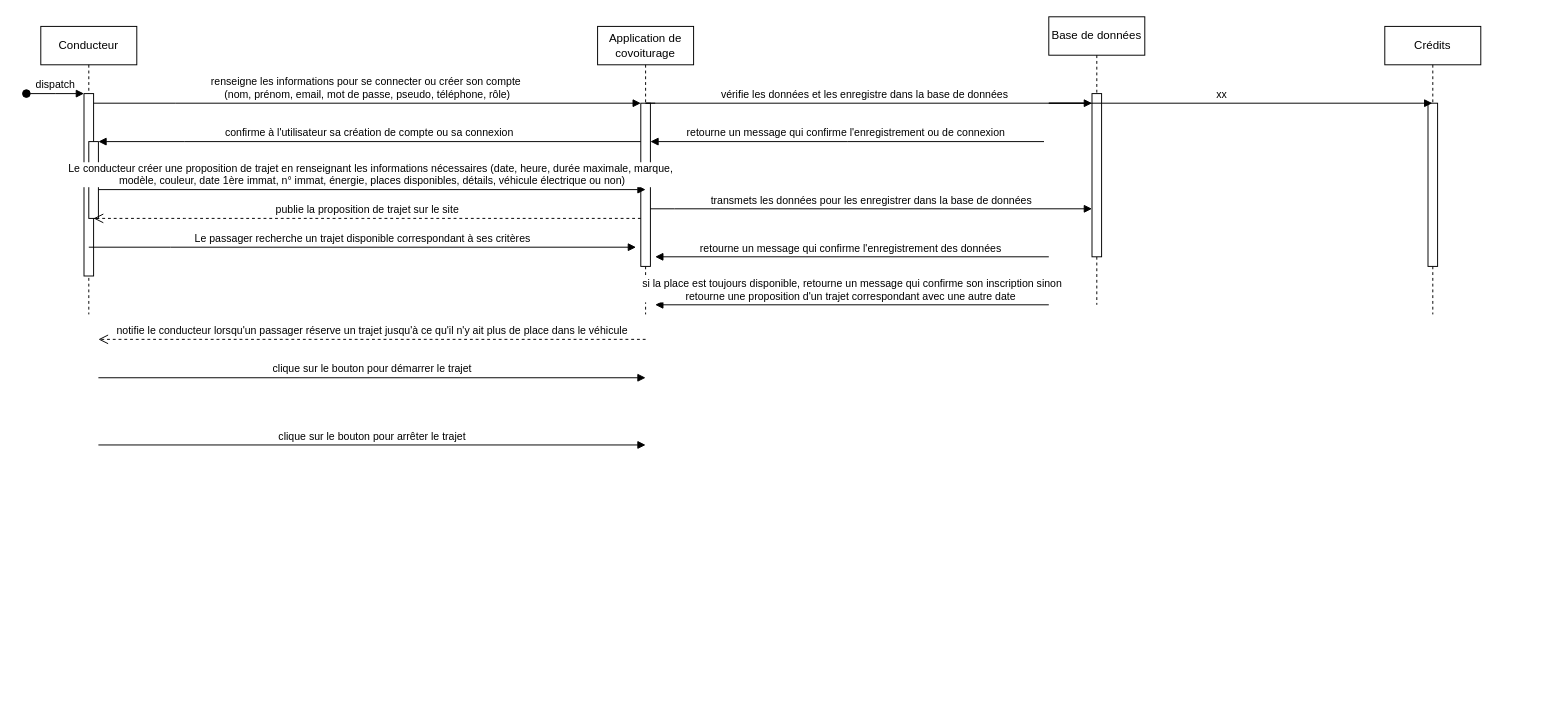
The draw.io diagram Diagramme de séquence EcoRide.drawio in elodiealix91620/EcoRide, before the edit. Source tidied: cells renumbered, new cells numbered last; positions are measured from the earlier drawing's top-left corner, leaving out a move shared by most shapes. Both pictures are drawn from the tidied source at 96%, with x=0, y=0 at pixel (26, 16).
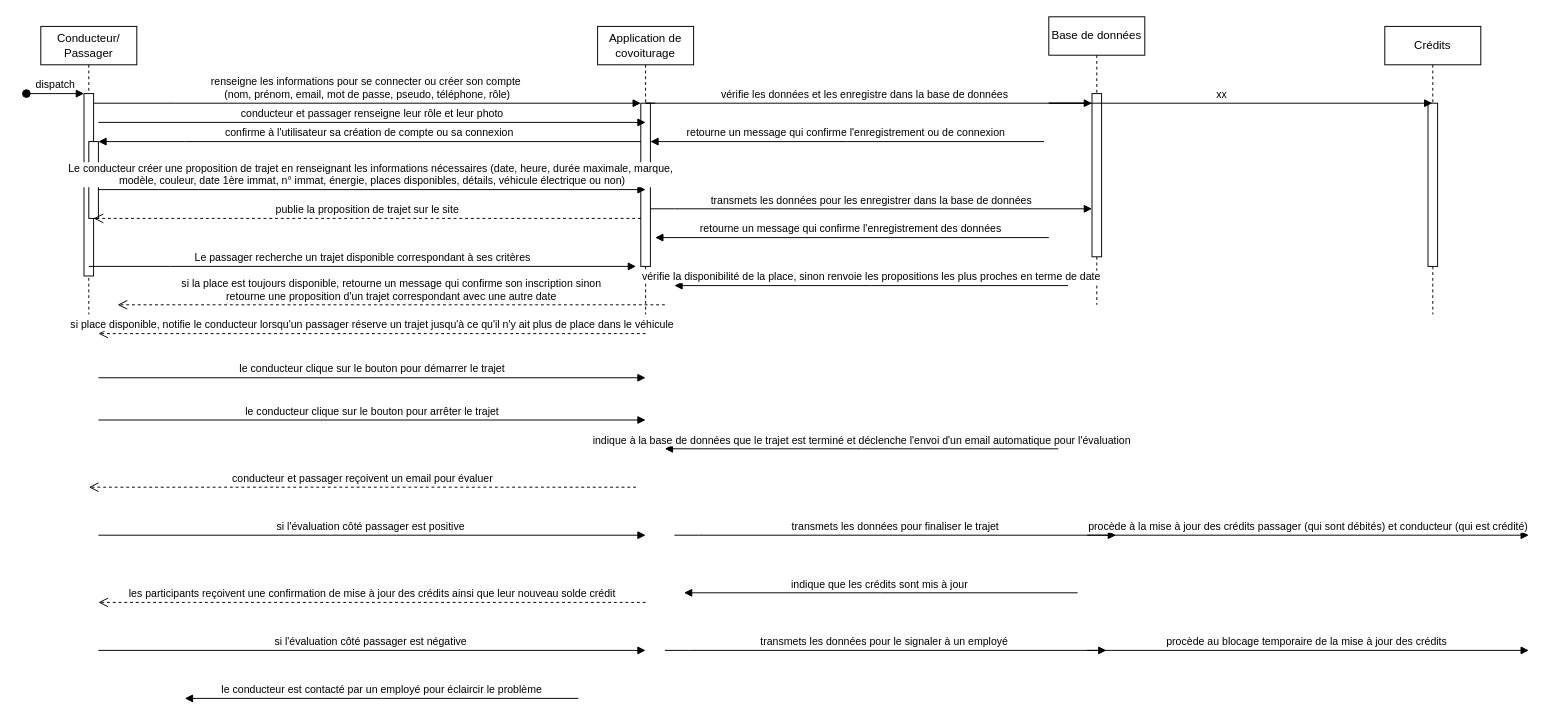
The same page after the edit.

Commit message:
Mettre à jour Diagramme de séquence EcoRide.drawio

What changed in the source:
```diff
@@
-    <mxCell id="2" value="Conducteur" style="shape=umlLifeline;perimeter=lifelinePerimeter;whiteSpace=wrap;html=1;newEdgeStyle={&quot;edgeStyle&quot;:&quot;elbowEdgeStyle&quot;,&quot;elbow&quot;:&quot;vertical&quot;,&quot;curved&quot;:0,&quot;rounded&quot;:0};" parent="1" vertex="1">
+    <mxCell id="2" value="Conducteur/&lt;div&gt;Passager&lt;/div&gt;" style="shape=umlLifeline;perimeter=lifelinePerimeter;whiteSpace=wrap;html=1;newEdgeStyle={&quot;edgeStyle&quot;:&quot;elbowEdgeStyle&quot;,&quot;elbow&quot;:&quot;vertical&quot;,&quot;curved&quot;:0,&quot;rounded&quot;:0};" parent="1" vertex="1">
       <mxGeometry x="15" y="10" width="100" height="300" as="geometry" />
     </mxCell>
@@
     <mxCell id="19" value="retourne un message qui confirme l'enregistrement des données&amp;nbsp;" style="html=1;verticalAlign=bottom;endArrow=block;edgeStyle=elbowEdgeStyle;elbow=vertical;curved=0;rounded=0;" parent="1" edge="1">
       <mxGeometry relative="1" as="geometry">
-        <mxPoint x="1065" y="250" as="sourcePoint" />
-        <mxPoint x="655" y="250" as="targetPoint" />
+        <mxPoint x="1065" y="230" as="sourcePoint" />
+        <mxPoint x="655" y="230" as="targetPoint" />
       </mxGeometry>
     </mxCell>
-    <mxCell id="20" value="notifie le conducteur lorsqu'un passager réserve un trajet jusqu'à ce qu'il n'y ait plus de place dans le véhicule" style="html=1;verticalAlign=bottom;endArrow=open;dashed=1;endSize=8;edgeStyle=elbowEdgeStyle;elbow=vertical;curved=0;rounded=0;" parent="1" edge="1">
+    <mxCell id="20" value="si place disponible, notifie le conducteur lorsqu'un passager réserve un trajet jusqu'à ce qu'il n'y ait plus de place dans le véhicule" style="html=1;verticalAlign=bottom;endArrow=open;dashed=1;endSize=8;edgeStyle=elbowEdgeStyle;elbow=vertical;curved=0;rounded=0;" parent="1" edge="1">
       <mxGeometry relative="1" as="geometry">
-        <mxPoint x="645" y="336" as="sourcePoint" />
-        <mxPoint x="75" y="336" as="targetPoint" />
+        <mxPoint x="645" y="330" as="sourcePoint" />
+        <mxPoint x="75" y="330" as="targetPoint" />
         <Array as="points">
-          <mxPoint x="170" y="336" />
+          <mxPoint x="170" y="330" />
         </Array>
       </mxGeometry>
     </mxCell>
-    <mxCell id="21" value="clique sur le bouton pour démarrer le trajet" style="html=1;verticalAlign=bottom;endArrow=block;edgeStyle=elbowEdgeStyle;elbow=vertical;curved=0;rounded=0;" parent="1" edge="1">
+    <mxCell id="21" value="le conducteur clique sur le bouton pour démarrer le trajet" style="html=1;verticalAlign=bottom;endArrow=block;edgeStyle=elbowEdgeStyle;elbow=vertical;curved=0;rounded=0;" parent="1" edge="1">
       <mxGeometry relative="1" as="geometry">
         <mxPoint x="75" y="376" as="sourcePoint" />
         <mxPoint x="645" y="376" as="targetPoint" />
         <Array as="points">
           <mxPoint x="160" y="376" />
         </Array>
       </mxGeometry>
     </mxCell>
-    <mxCell id="22" value="clique sur le bouton pour arrêter le trajet" style="html=1;verticalAlign=bottom;endArrow=block;edgeStyle=elbowEdgeStyle;elbow=vertical;curved=0;rounded=0;" parent="1" edge="1">
+    <mxCell id="22" value="le conducteur clique sur le bouton pour arrêter le trajet" style="html=1;verticalAlign=bottom;endArrow=block;edgeStyle=elbowEdgeStyle;elbow=vertical;curved=0;rounded=0;" parent="1" edge="1">
       <mxGeometry relative="1" as="geometry">
-        <mxPoint x="75" y="446" as="sourcePoint" />
-        <mxPoint x="645" y="446" as="targetPoint" />
+        <mxPoint x="75" y="420" as="sourcePoint" />
+        <mxPoint x="645" y="420" as="targetPoint" />
         <Array as="points">
-          <mxPoint x="160" y="446" />
+          <mxPoint x="160" y="420" />
         </Array>
       </mxGeometry>
     </mxCell>
@@
     <mxCell id="24" value="&lt;div&gt;Le passager recherche un trajet disponible correspondant à ses critères&lt;/div&gt;" style="html=1;verticalAlign=bottom;endArrow=block;edgeStyle=elbowEdgeStyle;elbow=vertical;curved=0;rounded=0;" parent="1" edge="1">
       <mxGeometry relative="1" as="geometry">
-        <mxPoint x="65" y="240" as="sourcePoint" />
-        <mxPoint x="635" y="240" as="targetPoint" />
+        <mxPoint x="65" y="260" as="sourcePoint" />
+        <mxPoint x="635" y="260" as="targetPoint" />
         <Array as="points">
-          <mxPoint x="150" y="240" />
+          <mxPoint x="150" y="260" />
         </Array>
       </mxGeometry>
     </mxCell>
-    <mxCell id="25" value="si la place est toujours disponible, retourne un message qui confirme son inscription sinon&lt;div&gt;retourne une proposition d'un trajet correspondant avec une autre date&amp;nbsp;&lt;/div&gt;" style="html=1;verticalAlign=bottom;endArrow=block;edgeStyle=elbowEdgeStyle;elbow=vertical;curved=0;rounded=0;" parent="1" edge="1">
+    <mxCell id="25" value="vérifie la disponibilité de la place, sinon renvoie les propositions les plus proches en terme de date" style="html=1;verticalAlign=bottom;endArrow=block;edgeStyle=elbowEdgeStyle;elbow=vertical;curved=0;rounded=0;" parent="1" edge="1">
       <mxGeometry relative="1" as="geometry">
-        <mxPoint x="1065" y="300" as="sourcePoint" />
-        <mxPoint x="655" y="300" as="targetPoint" />
+        <mxPoint x="1085" y="280" as="sourcePoint" />
+        <mxPoint x="675" y="280" as="targetPoint" />
       </mxGeometry>
     </mxCell>
+    <mxCell id="26" value="si la place est toujours disponible, retourne un message qui confirme son inscription sinon&lt;div&gt;retourne une proposition d'un trajet correspondant avec une autre date&lt;/div&gt;" style="html=1;verticalAlign=bottom;endArrow=open;dashed=1;endSize=8;edgeStyle=elbowEdgeStyle;elbow=vertical;curved=0;rounded=0;" parent="1" edge="1">
+      <mxGeometry relative="1" as="geometry">
+        <mxPoint x="665" y="300" as="sourcePoint" />
+        <mxPoint x="95" y="300" as="targetPoint" />
+        <Array as="points">
+          <mxPoint x="190" y="300" />
+        </Array>
+      </mxGeometry>
+    </mxCell>
+    <mxCell id="27" value="indique à la base de données que le trajet est terminé et déclenche l'envoi d'un email automatique pour l'évaluation" style="html=1;verticalAlign=bottom;endArrow=block;edgeStyle=elbowEdgeStyle;elbow=vertical;curved=0;rounded=0;" parent="1" edge="1">
+      <mxGeometry relative="1" as="geometry">
+        <mxPoint x="1075" y="450" as="sourcePoint" />
+        <mxPoint x="665" y="450" as="targetPoint" />
+      </mxGeometry>
+    </mxCell>
+    <mxCell id="28" value="conducteur et passager reçoivent un email pour évaluer" style="html=1;verticalAlign=bottom;endArrow=open;dashed=1;endSize=8;edgeStyle=elbowEdgeStyle;elbow=vertical;curved=0;rounded=0;" parent="1" edge="1">
+      <mxGeometry relative="1" as="geometry">
+        <mxPoint x="635" y="490" as="sourcePoint" />
+        <mxPoint x="65" y="490" as="targetPoint" />
+        <Array as="points">
+          <mxPoint x="160" y="490" />
+        </Array>
+      </mxGeometry>
+    </mxCell>
+    <mxCell id="29" value="si l'évaluation côté passager est positive&amp;nbsp;" style="html=1;verticalAlign=bottom;endArrow=block;edgeStyle=elbowEdgeStyle;elbow=vertical;curved=0;rounded=0;" parent="1" edge="1">
+      <mxGeometry relative="1" as="geometry">
+        <mxPoint x="75" y="540" as="sourcePoint" />
+        <mxPoint x="645" y="540" as="targetPoint" />
+        <Array as="points">
+          <mxPoint x="160" y="540" />
+        </Array>
+      </mxGeometry>
+    </mxCell>
+    <mxCell id="30" value="transmets les données pour finaliser le trajet" style="html=1;verticalAlign=bottom;endArrow=block;edgeStyle=elbowEdgeStyle;elbow=horizontal;curved=0;rounded=0;" parent="1" edge="1">
+      <mxGeometry relative="1" as="geometry">
+        <mxPoint x="675" y="540" as="sourcePoint" />
+        <mxPoint x="1135" y="540" as="targetPoint" />
+        <Array as="points">
+          <mxPoint x="700" y="540" />
+          <mxPoint x="670" y="540" />
+        </Array>
+      </mxGeometry>
+    </mxCell>
+    <mxCell id="31" value="procède à la mise à jour des crédits passager (qui sont débités) et conducteur (qui est crédité)" style="html=1;verticalAlign=bottom;endArrow=block;edgeStyle=elbowEdgeStyle;elbow=horizontal;curved=0;rounded=0;" parent="1" edge="1">
+      <mxGeometry relative="1" as="geometry">
+        <mxPoint x="1105" y="540" as="sourcePoint" />
+        <mxPoint x="1565" y="540" as="targetPoint" />
+        <Array as="points">
+          <mxPoint x="1130" y="540" />
+          <mxPoint x="1100" y="540" />
+        </Array>
+      </mxGeometry>
+    </mxCell>
+    <mxCell id="32" value="indique que les crédits sont mis à jour&amp;nbsp;" style="html=1;verticalAlign=bottom;endArrow=block;edgeStyle=elbowEdgeStyle;elbow=vertical;curved=0;rounded=0;" parent="1" edge="1">
+      <mxGeometry relative="1" as="geometry">
+        <mxPoint x="1095" y="600" as="sourcePoint" />
+        <mxPoint x="685" y="600" as="targetPoint" />
+      </mxGeometry>
+    </mxCell>
+    <mxCell id="33" value="les participants reçoivent une confirmation de mise à jour des crédits ainsi que leur nouveau solde crédit" style="html=1;verticalAlign=bottom;endArrow=open;dashed=1;endSize=8;edgeStyle=elbowEdgeStyle;elbow=vertical;curved=0;rounded=0;" parent="1" edge="1">
+      <mxGeometry relative="1" as="geometry">
+        <mxPoint x="645" y="610" as="sourcePoint" />
+        <mxPoint x="75" y="610" as="targetPoint" />
+        <Array as="points">
+          <mxPoint x="170" y="610" />
+        </Array>
+      </mxGeometry>
+    </mxCell>
+    <mxCell id="34" value="si l'évaluation côté passager est négative&amp;nbsp;" style="html=1;verticalAlign=bottom;endArrow=block;edgeStyle=elbowEdgeStyle;elbow=vertical;curved=0;rounded=0;" parent="1" edge="1">
+      <mxGeometry relative="1" as="geometry">
+        <mxPoint x="75" y="660" as="sourcePoint" />
+        <mxPoint x="645" y="660" as="targetPoint" />
+        <Array as="points">
+          <mxPoint x="160" y="660" />
+        </Array>
+      </mxGeometry>
+    </mxCell>
+    <mxCell id="35" value="transmets les données pour le signaler à un employé&amp;nbsp;" style="html=1;verticalAlign=bottom;endArrow=block;edgeStyle=elbowEdgeStyle;elbow=horizontal;curved=0;rounded=0;" parent="1" edge="1">
+      <mxGeometry relative="1" as="geometry">
+        <mxPoint x="665" y="660" as="sourcePoint" />
+        <mxPoint x="1125" y="660" as="targetPoint" />
+        <Array as="points">
+          <mxPoint x="690" y="660" />
+          <mxPoint x="660" y="660" />
+        </Array>
+      </mxGeometry>
+    </mxCell>
+    <mxCell id="36" value="procède au blocage temporaire de la mise à jour des crédits&amp;nbsp;" style="html=1;verticalAlign=bottom;endArrow=block;edgeStyle=elbowEdgeStyle;elbow=horizontal;curved=0;rounded=0;" parent="1" edge="1">
+      <mxGeometry relative="1" as="geometry">
+        <mxPoint x="1105" y="660" as="sourcePoint" />
+        <mxPoint x="1565" y="660" as="targetPoint" />
+        <Array as="points">
+          <mxPoint x="1130" y="660" />
+          <mxPoint x="1100" y="660" />
+        </Array>
+      </mxGeometry>
+    </mxCell>
+    <mxCell id="37" value="le conducteur est contacté par un employé pour éclaircir le problème" style="html=1;verticalAlign=bottom;endArrow=block;edgeStyle=elbowEdgeStyle;elbow=vertical;curved=0;rounded=0;" parent="1" edge="1">
+      <mxGeometry relative="1" as="geometry">
+        <mxPoint x="575" y="710" as="sourcePoint" />
+        <mxPoint x="165" y="710" as="targetPoint" />
+      </mxGeometry>
+    </mxCell>
+    <mxCell id="38" value="conducteur et passager renseigne leur rôle et leur photo" style="html=1;verticalAlign=bottom;endArrow=block;edgeStyle=elbowEdgeStyle;elbow=vertical;curved=0;rounded=0;" parent="1" edge="1">
+      <mxGeometry relative="1" as="geometry">
+        <mxPoint x="75" y="110" as="sourcePoint" />
+        <mxPoint x="645" y="110" as="targetPoint" />
+        <Array as="points">
+          <mxPoint x="160" y="110" />
+        </Array>
+      </mxGeometry>
+    </mxCell>
```
